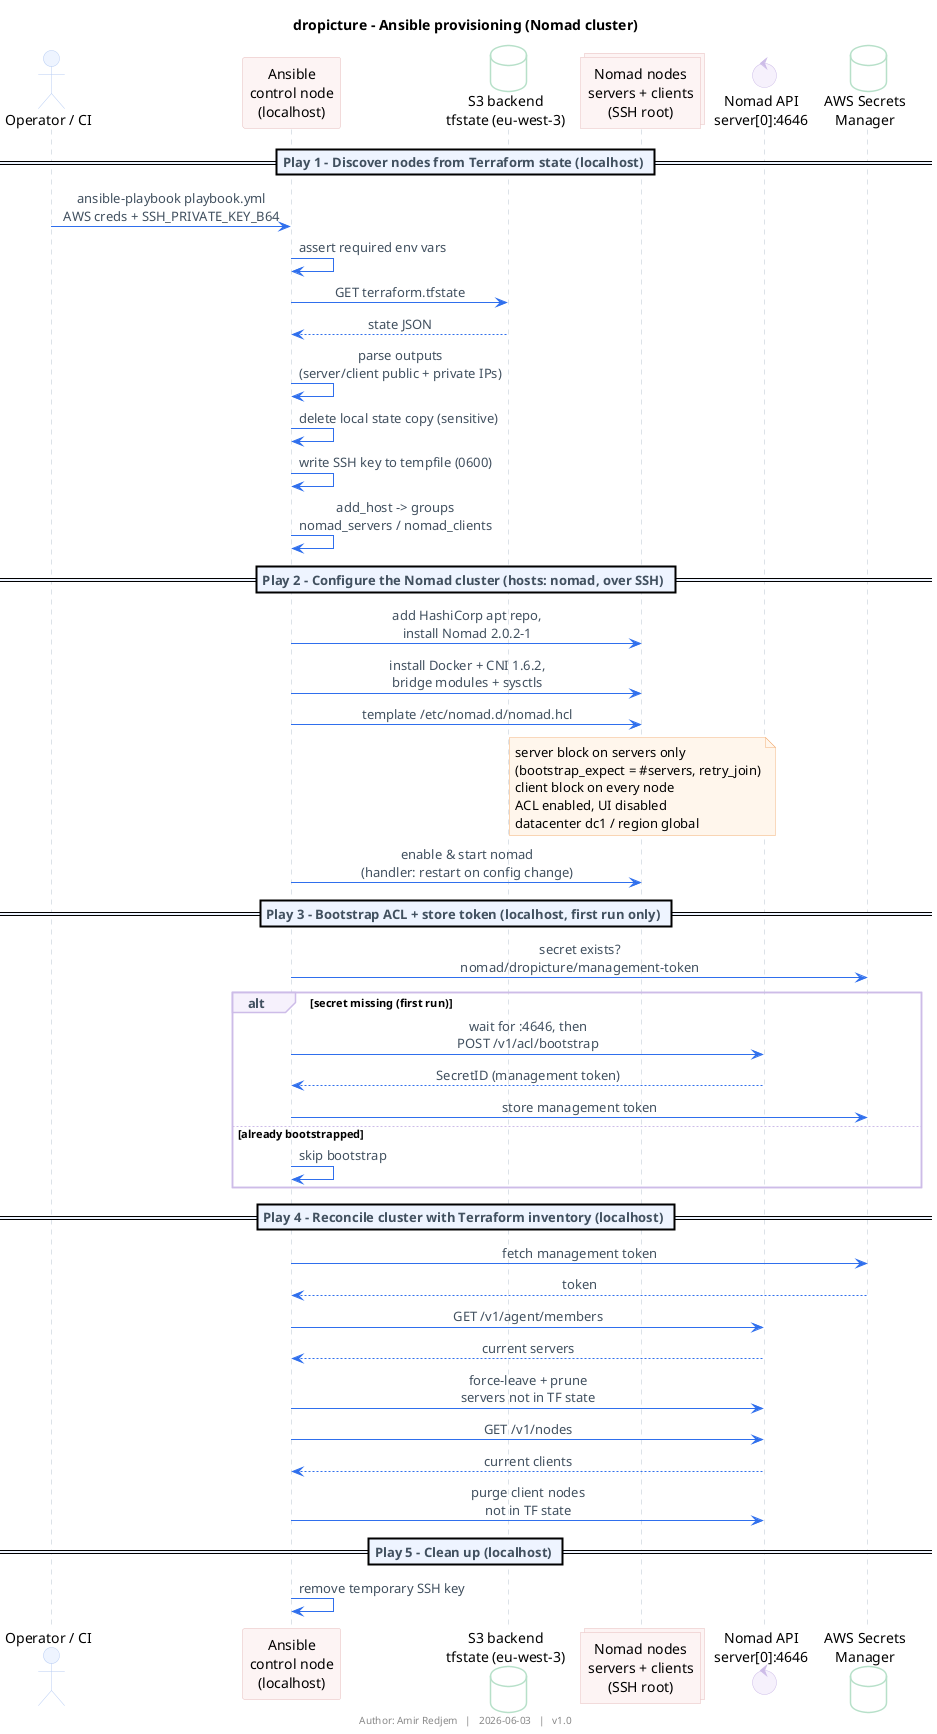
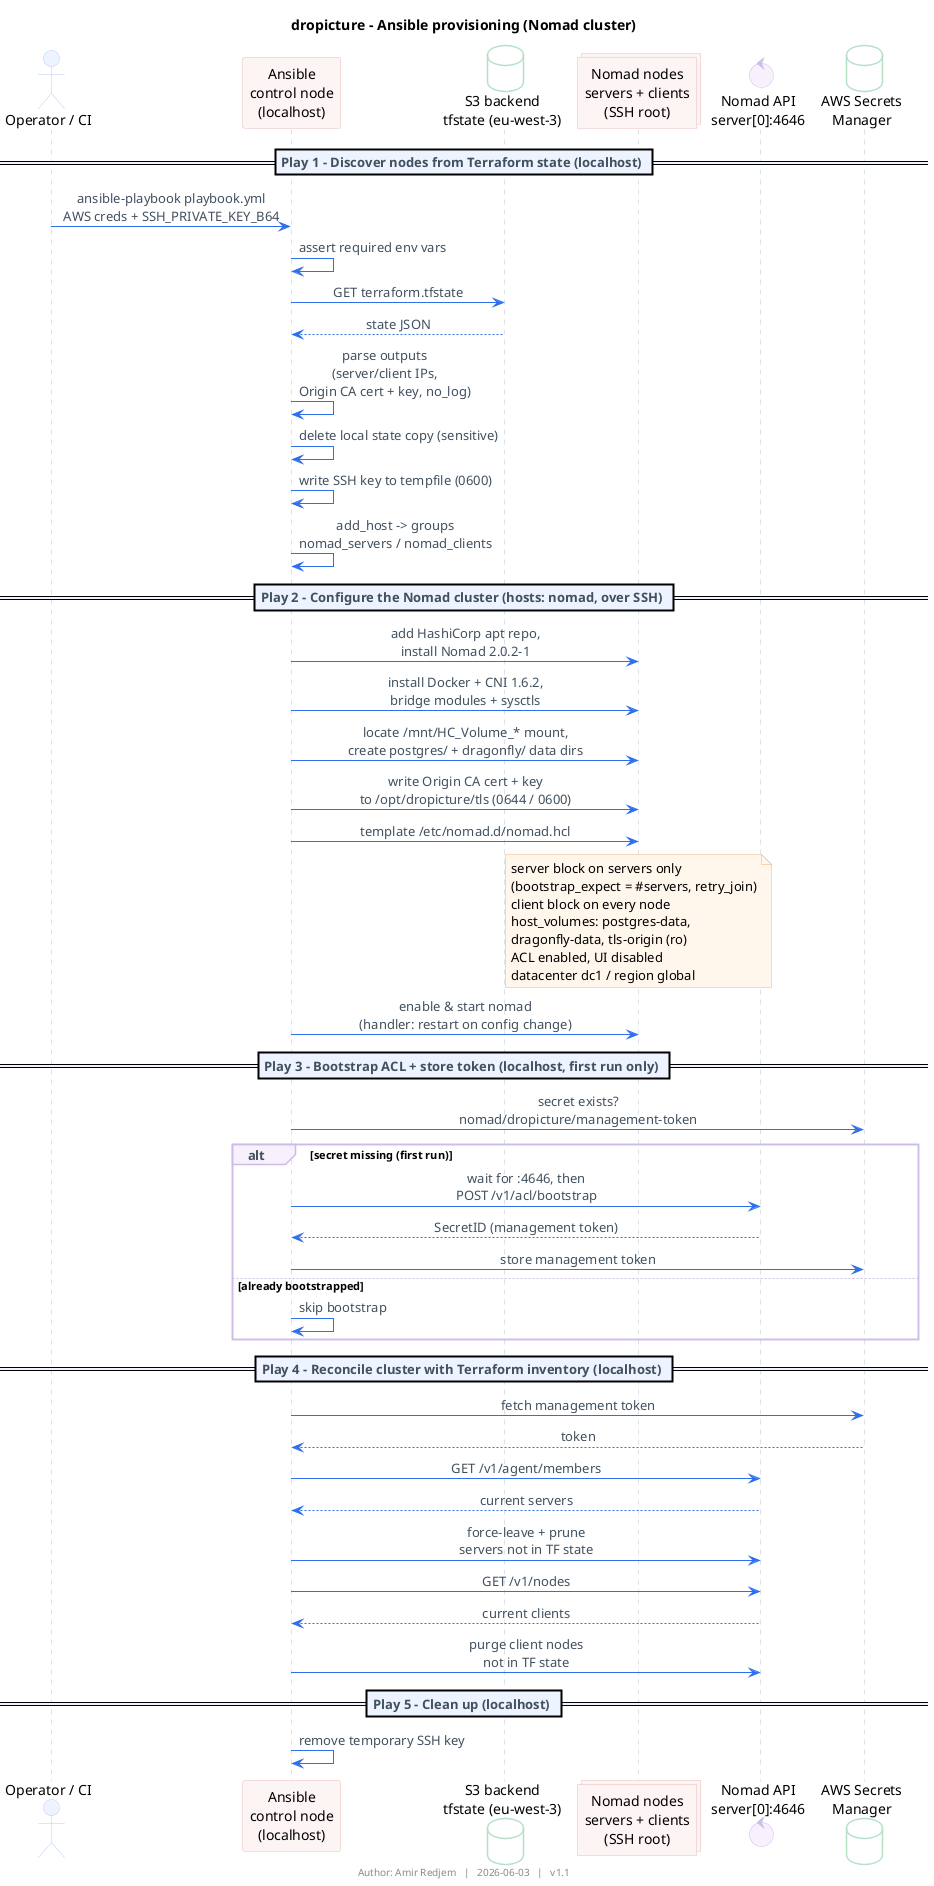
@startuml ansible
title dropicture - Ansible provisioning (Nomad cluster)
- footer Author: Amir Redjem   |   2026-06-03   |   v1.0
+ footer Author: Amir Redjem   |   2026-06-03   |   v1.1

skinparam shadowing false
skinparam defaultFontName Helvetica
skinparam ArrowColor #2F6FED
skinparam ArrowFontColor #41505F
skinparam sequenceMessageAlign center
skinparam ParticipantBackgroundColor #FDF4F4
skinparam ParticipantBorderColor #E6BCBC
skinparam ActorBackgroundColor #EEF4FF
skinparam ActorBorderColor #B8CDF3
skinparam DatabaseBackgroundColor #FFFFFF
skinparam DatabaseBorderColor #B7E0C9
skinparam CollectionsBackgroundColor #FDF4F4
skinparam CollectionsBorderColor #E6BCBC
skinparam ControlBackgroundColor #F6F1FC
skinparam ControlBorderColor #CDBCE8
skinparam SequenceLifeLineBorderColor #B8C4D0
skinparam SequenceDividerBackgroundColor #EEF4FF
skinparam SequenceDividerFontColor #41505F
skinparam SequenceGroupBackgroundColor #F6F1FC
skinparam SequenceGroupBorderColor #CDBCE8
skinparam SequenceGroupHeaderFontColor #41505F
skinparam noteBackgroundColor #FFF6EC
skinparam noteBorderColor #F3B27A

actor "Operator / CI" as op
participant "Ansible\ncontrol node\n(localhost)" as ans
database "S3 backend\ntfstate (eu-west-3)" as s3
collections "Nomad nodes\nservers + clients\n(SSH root)" as nodes
control "Nomad API\nserver[0]:4646" as api
database "AWS Secrets\nManager" as sm

== Play 1 - Discover nodes from Terraform state (localhost) ==
op -> ans : ansible-playbook playbook.yml\nAWS creds + SSH_PRIVATE_KEY_B64
ans -> ans : assert required env vars
ans -> s3 : GET terraform.tfstate
s3 --> ans : state JSON
- ans -> ans : parse outputs\n(server/client public + private IPs)
+ ans -> ans : parse outputs\n(server/client IPs,\nOrigin CA cert + key, no_log)
ans -> ans : delete local state copy (sensitive)
ans -> ans : write SSH key to tempfile (0600)
ans -> ans : add_host -> groups\nnomad_servers / nomad_clients

== Play 2 - Configure the Nomad cluster (hosts: nomad, over SSH) ==
ans -> nodes : add HashiCorp apt repo,\ninstall Nomad 2.0.2-1
ans -> nodes : install Docker + CNI 1.6.2,\nbridge modules + sysctls
+ ans -> nodes : locate /mnt/HC_Volume_* mount,\ncreate postgres/ + dragonfly/ data dirs
+ ans -> nodes : write Origin CA cert + key\nto /opt/dropicture/tls (0644 / 0600)
ans -> nodes : template /etc/nomad.d/nomad.hcl
note over nodes
  server block on servers only
  (bootstrap_expect = #servers, retry_join)
  client block on every node
+   host_volumes: postgres-data,
+   dragonfly-data, tls-origin (ro)
  ACL enabled, UI disabled
  datacenter dc1 / region global
end note
ans -> nodes : enable & start nomad\n(handler: restart on config change)

== Play 3 - Bootstrap ACL + store token (localhost, first run only) ==
ans -> sm : secret exists?\nnomad/dropicture/management-token
alt secret missing (first run)
  ans -> api : wait for :4646, then\nPOST /v1/acl/bootstrap
  api --> ans : SecretID (management token)
  ans -> sm : store management token
else already bootstrapped
  ans -> ans : skip bootstrap
end

== Play 4 - Reconcile cluster with Terraform inventory (localhost) ==
ans -> sm : fetch management token
sm --> ans : token
ans -> api : GET /v1/agent/members
api --> ans : current servers
ans -> api : force-leave + prune\nservers not in TF state
ans -> api : GET /v1/nodes
api --> ans : current clients
ans -> api : purge client nodes\nnot in TF state

== Play 5 - Clean up (localhost) ==
ans -> ans : remove temporary SSH key

@enduml
